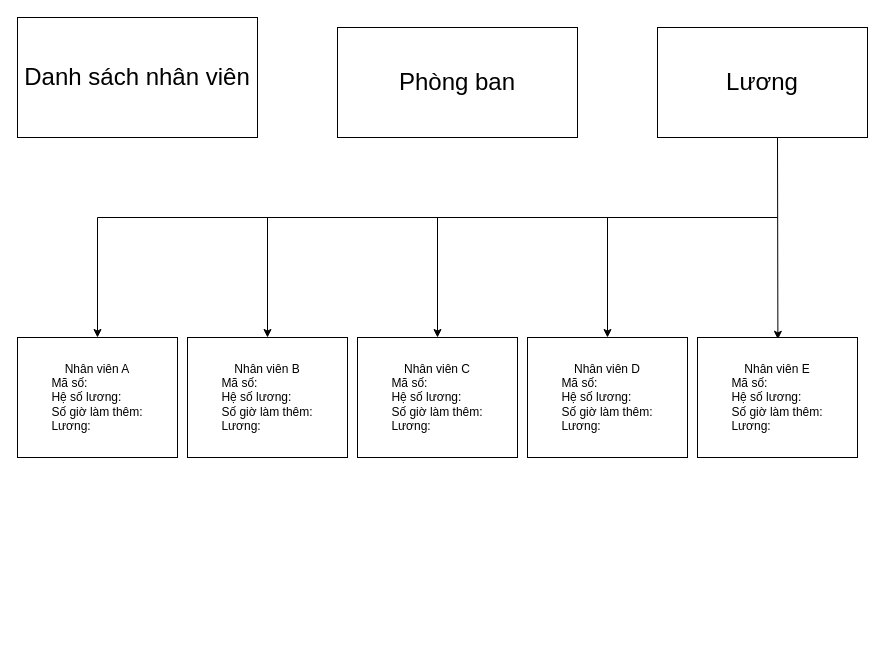
lenhanhao209/FUNIX-ASM-REACT keeps this draw.io diagram as page "Lương" (3 of 4) of src/ASM2.drawio. Above is the earlier version. Source tidied: cells renumbered, new cells numbered last; positions are measured from the earlier drawing's top-left corner, leaving out a move shared by most shapes. Both pictures are drawn from the tidied source at 100%, with x=0, y=0 at pixel (17, 17).
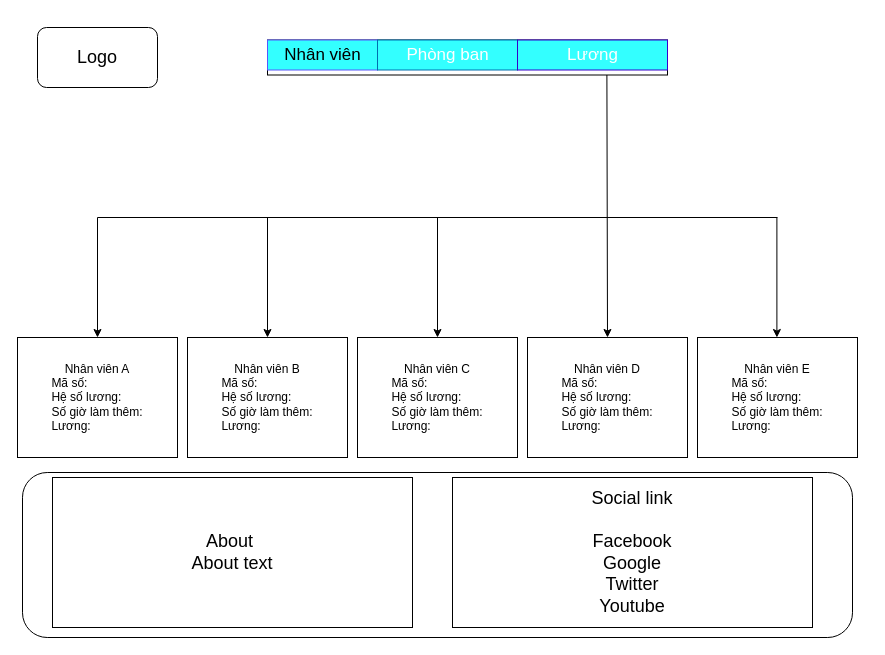
After the change.

The change refers to these unchanged cells:
```xml
<mxCell id="12" value="Nhân viên D&lt;br&gt;&lt;div style=&quot;text-align: justify&quot;&gt;Mã số:&lt;/div&gt;&lt;div style=&quot;text-align: justify&quot;&gt;Hệ số lương:&lt;/div&gt;&lt;div style=&quot;text-align: justify&quot;&gt;Số giờ làm thêm:&lt;/div&gt;&lt;div style=&quot;text-align: justify&quot;&gt;Lương:&lt;/div&gt;" style="rounded=0;whiteSpace=wrap;html=1;" parent="1" vertex="1">
  <mxGeometry x="510" y="320" width="160" height="120" as="geometry" />
</mxCell>
```

Diff of the diagram source:
```diff
@@
-    <mxCell id="2" value="&lt;font style=&quot;font-size: 24px&quot;&gt;Danh sách nhân viên&lt;/font&gt;" style="rounded=0;whiteSpace=wrap;html=1;" parent="1" vertex="1">
-      <mxGeometry width="240" height="120" as="geometry" />
-    </mxCell>
-    <mxCell id="3" value="&lt;font style=&quot;font-size: 24px&quot;&gt;Phòng ban&lt;/font&gt;" style="rounded=0;whiteSpace=wrap;html=1;" parent="1" vertex="1">
-      <mxGeometry x="320" y="10" width="240" height="110" as="geometry" />
-    </mxCell>
-    <mxCell id="4" value="&lt;font style=&quot;font-size: 24px&quot;&gt;Lương&lt;/font&gt;" style="rounded=0;whiteSpace=wrap;html=1;" parent="1" vertex="1">
-      <mxGeometry x="640" y="10" width="210" height="110" as="geometry" />
-    </mxCell>
-    <mxCell id="5" style="endArrow=classic;html=1;exitX=0.5;exitY=1;exitDx=0;exitDy=0;entryX=0.61;entryY=0.022;entryDx=0;entryDy=0;entryPerimeter=0;" parent="1" edge="1">
+    <mxCell id="5" style="endArrow=classic;html=1;exitX=0.5;exitY=1;exitDx=0;exitDy=0;entryX=0.5;entryY=0;entryDx=0;entryDy=0;" parent="1" edge="1" target="12">
       <mxGeometry relative="1" as="geometry">
-        <mxPoint x="760" y="120" as="sourcePoint" />
-        <mxPoint x="760.4" y="321.8" as="targetPoint" />
+        <mxPoint x="589.4" y="57.5" as="sourcePoint" />
       </mxGeometry>
     </mxCell>
@@
     <mxCell id="10" style="endArrow=classic;html=1;fontSize=24;entryX=0.5;entryY=0;entryDx=0;entryDy=0;" parent="1" edge="1">
       <mxGeometry relative="1" as="geometry">
-        <mxPoint x="590" y="200" as="sourcePoint" />
-        <mxPoint x="590" y="320" as="targetPoint" />
+        <mxPoint x="759.4" y="200" as="sourcePoint" />
+        <mxPoint x="759.4" y="320" as="targetPoint" />
       </mxGeometry>
     </mxCell>
@@
+    <mxCell id="16" value="Logo" style="rounded=1;whiteSpace=wrap;html=1;fontSize=18;" parent="1" vertex="1">
+      <mxGeometry x="20" y="10" width="120" height="60" as="geometry" />
+    </mxCell>
+    <mxCell id="17" style="strokeWidth=1;shadow=0;dashed=0;align=center;html=1;shape=mxgraph.mockup.forms.rrect;rSize=0;fontSize=18;gradientColor=none;" parent="1" vertex="1">
+      <mxGeometry x="250" y="22.5" width="400" height="35" as="geometry" />
+    </mxCell>
+    <mxCell id="18" value="Nhân viên" style="fillColor=#33FFFF;strokeWidth=1;shadow=0;dashed=0;align=center;html=1;shape=mxgraph.mockup.forms.rrect;rSize=0;fontSize=17;strokeColor=#5656FC;" parent="17" vertex="1">
+      <mxGeometry width="110" height="30" as="geometry" />
+    </mxCell>
+    <mxCell id="3" value="Phòng ban" style="strokeColor=#006EAF;fillColor=#33FFFF;strokeWidth=1;shadow=0;dashed=0;align=center;html=1;shape=mxgraph.mockup.forms.rrect;rSize=0;fontSize=17;fontColor=#ffffff;" parent="17" vertex="1">
+      <mxGeometry x="110" width="140" height="30" as="geometry" />
+    </mxCell>
+    <mxCell id="4" value="Lương" style="strokeColor=#3700CC;fillColor=#33FFFF;strokeWidth=1;shadow=0;dashed=0;align=center;html=1;shape=mxgraph.mockup.forms.rrect;rSize=0;fontSize=17;fontColor=#ffffff;" parent="17" vertex="1">
+      <mxGeometry x="250" width="150" height="30" as="geometry" />
+    </mxCell>
+    <mxCell id="19" style="edgeStyle=none;html=1;fontSize=18;" parent="17" edge="1" target="17">
+      <mxGeometry relative="1" as="geometry">
+        <mxPoint x="400" y="15" as="sourcePoint" />
+      </mxGeometry>
+    </mxCell>
+    <mxCell id="20" style="edgeStyle=none;html=1;fontSize=18;fontColor=#FFFFFF;" parent="1" edge="1">
+      <mxGeometry relative="1" as="geometry">
+        <mxPoint x="255" y="450" as="sourcePoint" />
+        <mxPoint x="255" y="450" as="targetPoint" />
+      </mxGeometry>
+    </mxCell>
+    <mxCell id="21" style="rounded=1;whiteSpace=wrap;html=1;fontSize=18;" parent="1" vertex="1">
+      <mxGeometry x="5" y="455" width="830" height="165" as="geometry" />
+    </mxCell>
+    <mxCell id="22" value="About&amp;nbsp;&lt;br&gt;About text" style="rounded=0;whiteSpace=wrap;html=1;fontSize=18;" parent="1" vertex="1">
+      <mxGeometry x="35" y="460" width="360" height="150" as="geometry" />
+    </mxCell>
+    <mxCell id="23" value="Social link&lt;br&gt;&lt;br&gt;Facebook&lt;br&gt;Google&lt;br&gt;Twitter&lt;br&gt;Youtube&lt;br&gt;" style="rounded=0;whiteSpace=wrap;html=1;fontSize=18;" parent="1" vertex="1">
+      <mxGeometry x="435" y="460" width="360" height="150" as="geometry" />
+    </mxCell>
```
